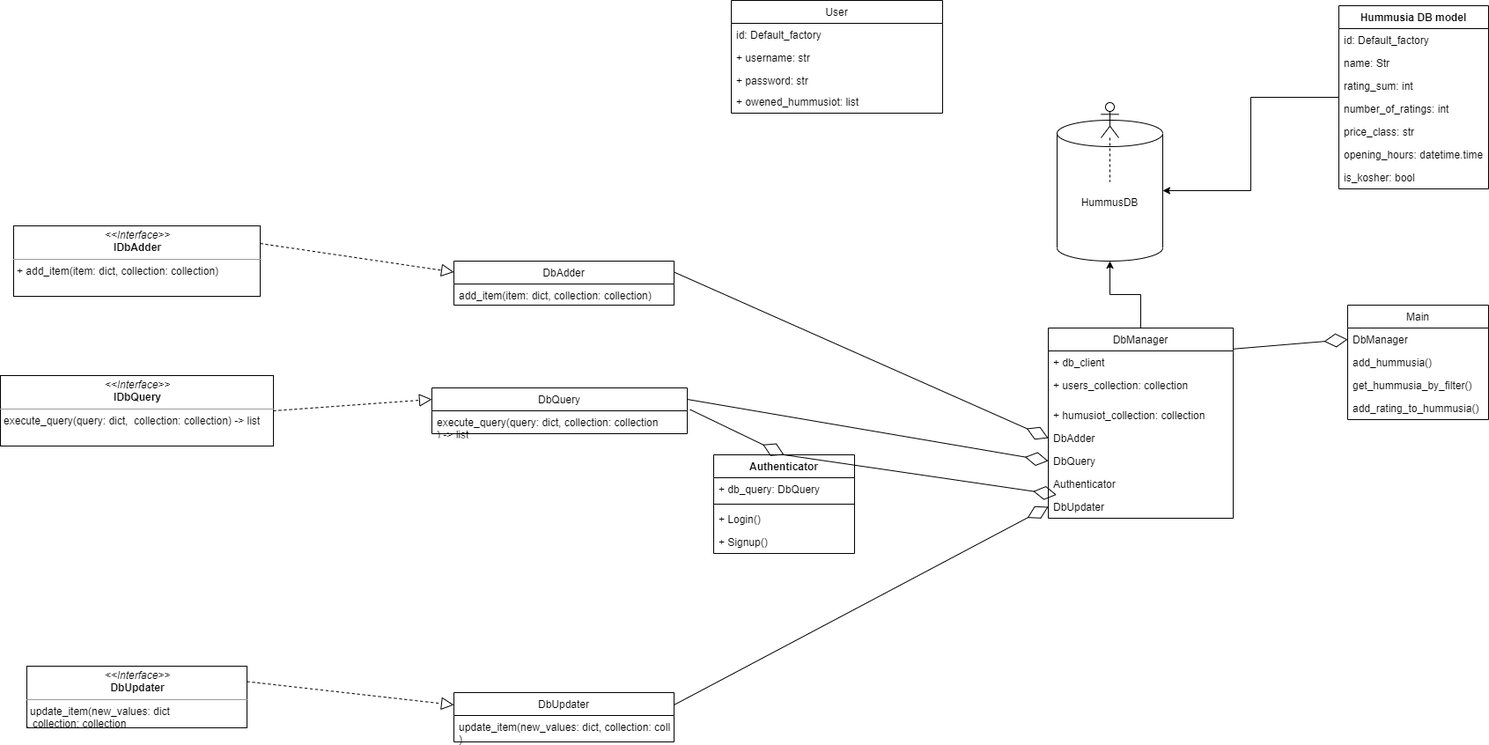
Above: hummusDB.png in almog674/love_hummus_backend (draw.io), before the change. Source tidied: cells renumbered, new cells last; positions are measured from the earlier drawing's top-left corner, leaving out a move shared by most shapes.
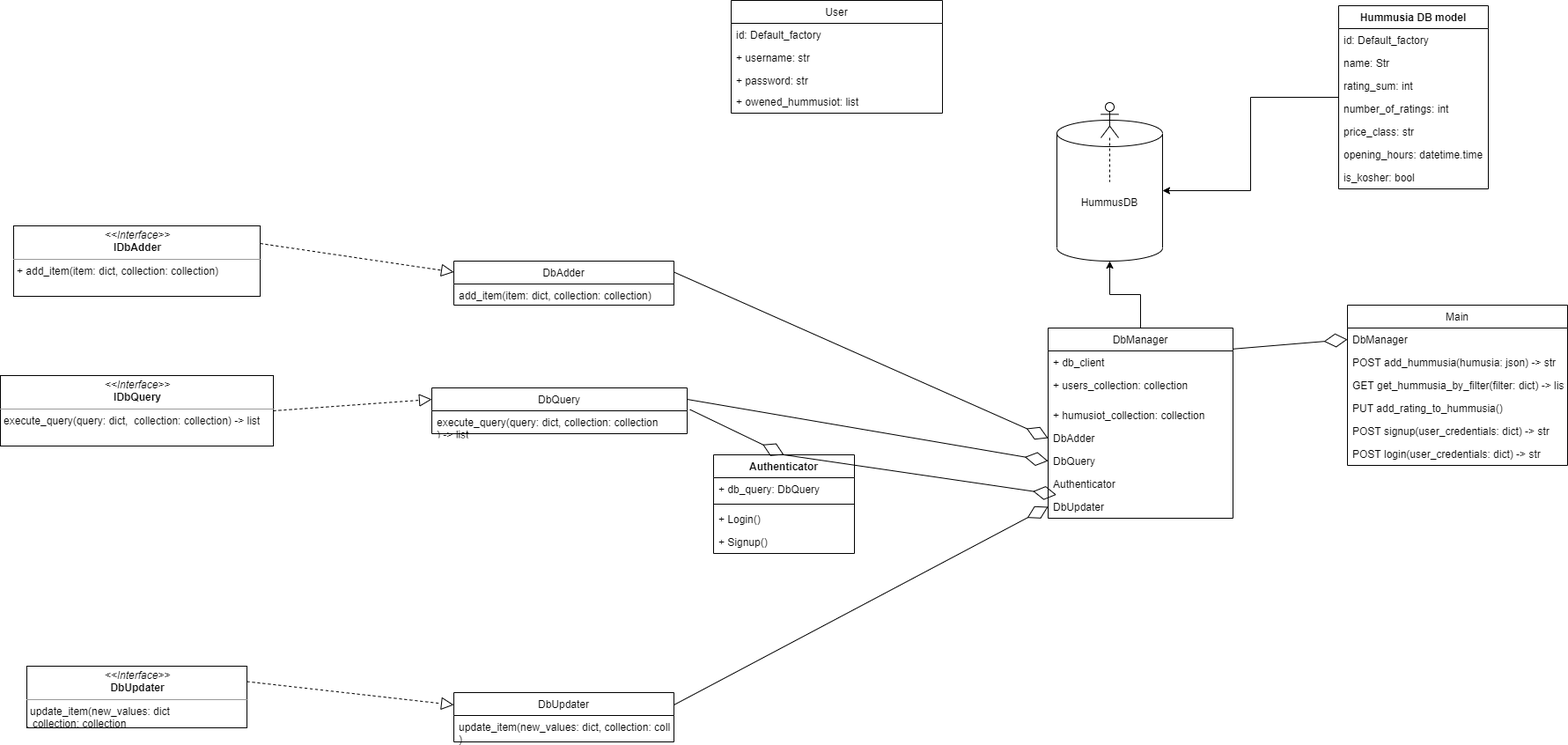
Later version of the same file.

Commit message:
Add the authenticator class.

Change to the diagram source:
```diff
@@ -6,20 +6,26 @@
       <mxGeometry x="1200" y="136" width="120" height="160" as="geometry" />
     </mxCell>
     <mxCell id="3" value="Main" style="swimlane;fontStyle=0;horizontal=1;startSize=26;fillColor=none;" parent="1" vertex="1">
-      <mxGeometry x="1530" y="346" width="160" height="130" as="geometry" />
+      <mxGeometry x="1530" y="346" width="250" height="182" as="geometry" />
     </mxCell>
     <mxCell id="4" value="DbManager" style="text;strokeColor=none;fillColor=none;align=left;verticalAlign=top;spacingLeft=4;spacingRight=4;overflow=hidden;points=[[0,0.5],[1,0.5]];portConstraint=eastwest;" parent="3" vertex="1">
-      <mxGeometry y="26" width="160" height="26" as="geometry" />
+      <mxGeometry y="26" width="250" height="26" as="geometry" />
     </mxCell>
-    <mxCell id="5" value="add_hummusia()" style="text;strokeColor=none;fillColor=none;align=left;verticalAlign=top;spacingLeft=4;spacingRight=4;overflow=hidden;" parent="3" vertex="1">
-      <mxGeometry y="52" width="160" height="26" as="geometry" />
+    <mxCell id="5" value="POST add_hummusia(humusia: json) -&gt; str" style="text;strokeColor=none;fillColor=none;align=left;verticalAlign=top;spacingLeft=4;spacingRight=4;overflow=hidden;" parent="3" vertex="1">
+      <mxGeometry y="52" width="250" height="26" as="geometry" />
     </mxCell>
-    <mxCell id="6" value="get_hummusia_by_filter()" style="text;strokeColor=none;fillColor=none;align=left;verticalAlign=top;spacingLeft=4;spacingRight=4;overflow=hidden;" parent="3" vertex="1">
-      <mxGeometry y="78" width="160" height="26" as="geometry" />
+    <mxCell id="6" value="GET get_hummusia_by_filter(filter: dict) -&gt; list" style="text;strokeColor=none;fillColor=none;align=left;verticalAlign=top;spacingLeft=4;spacingRight=4;overflow=hidden;" parent="3" vertex="1">
+      <mxGeometry y="78" width="250" height="26" as="geometry" />
     </mxCell>
-    <mxCell id="7" value="add_rating_to_hummusia()" style="text;strokeColor=none;fillColor=none;align=left;verticalAlign=top;spacingLeft=4;spacingRight=4;overflow=hidden;" parent="3" vertex="1">
-      <mxGeometry y="104" width="160" height="26" as="geometry" />
+    <mxCell id="7" value="PUT add_rating_to_hummusia()" style="text;strokeColor=none;fillColor=none;align=left;verticalAlign=top;spacingLeft=4;spacingRight=4;overflow=hidden;" parent="3" vertex="1">
+      <mxGeometry y="104" width="250" height="26" as="geometry" />
     </mxCell>
+    <mxCell id="55" value="POST signup(user_credentials: dict) -&gt; str" style="text;strokeColor=none;fillColor=none;align=left;verticalAlign=top;spacingLeft=4;spacingRight=4;overflow=hidden;" parent="3" vertex="1">
+      <mxGeometry y="130" width="250" height="26" as="geometry" />
+    </mxCell>
+    <mxCell id="56" value="POST login(user_credentials: dict) -&gt; str" style="text;strokeColor=none;fillColor=none;align=left;verticalAlign=top;spacingLeft=4;spacingRight=4;overflow=hidden;" parent="3" vertex="1">
+      <mxGeometry y="156" width="250" height="26" as="geometry" />
+    </mxCell>
     <mxCell id="8" style="edgeStyle=orthogonalEdgeStyle;rounded=0;jettySize=auto;html=1;" parent="1" edge="1" source="9" target="2">
       <mxGeometry relative="1" as="geometry" />
     </mxCell>
```
